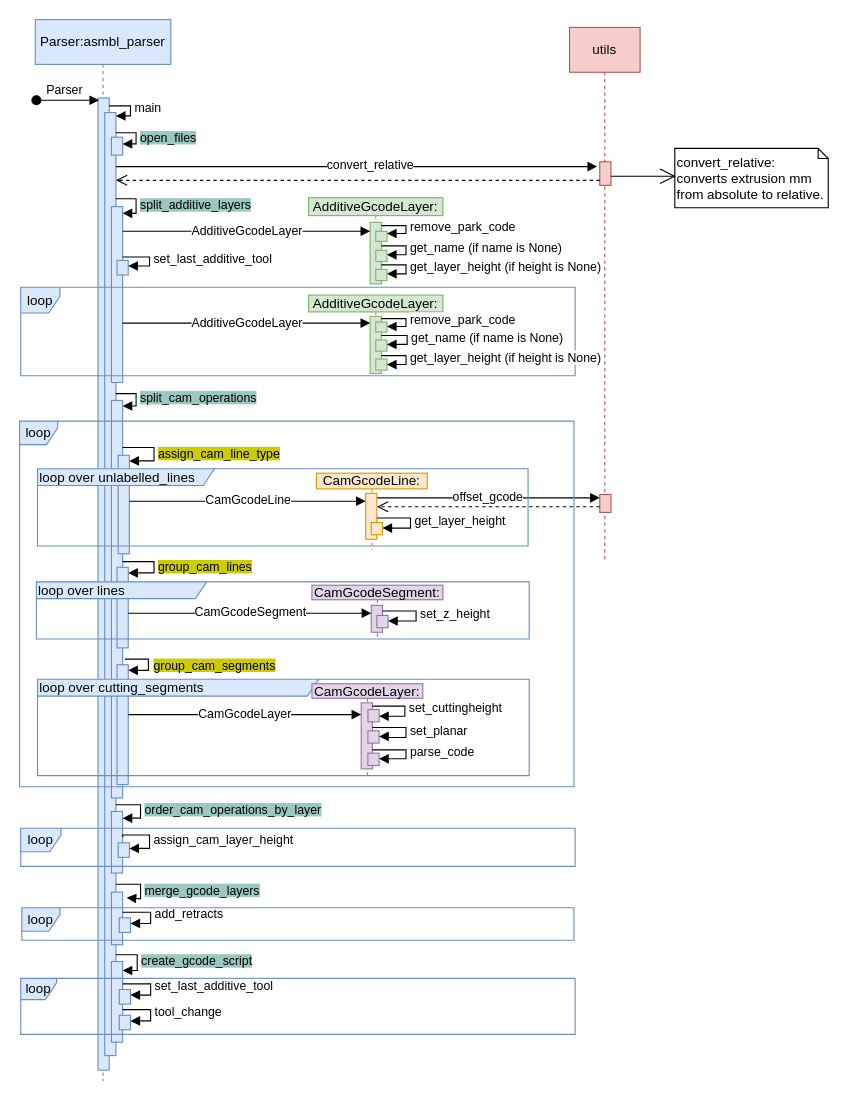
The draw.io diagram docs/UML/SquenceDiagram-1.drawio in cjlux/ASMBL, before the edit. Source tidied: cells renumbered, new cells numbered last; positions are measured from the earlier drawing's top-left corner, leaving out a move shared by most shapes. Both pictures are drawn from the tidied source at 112%, with x=0, y=0 at pixel (19, 19).
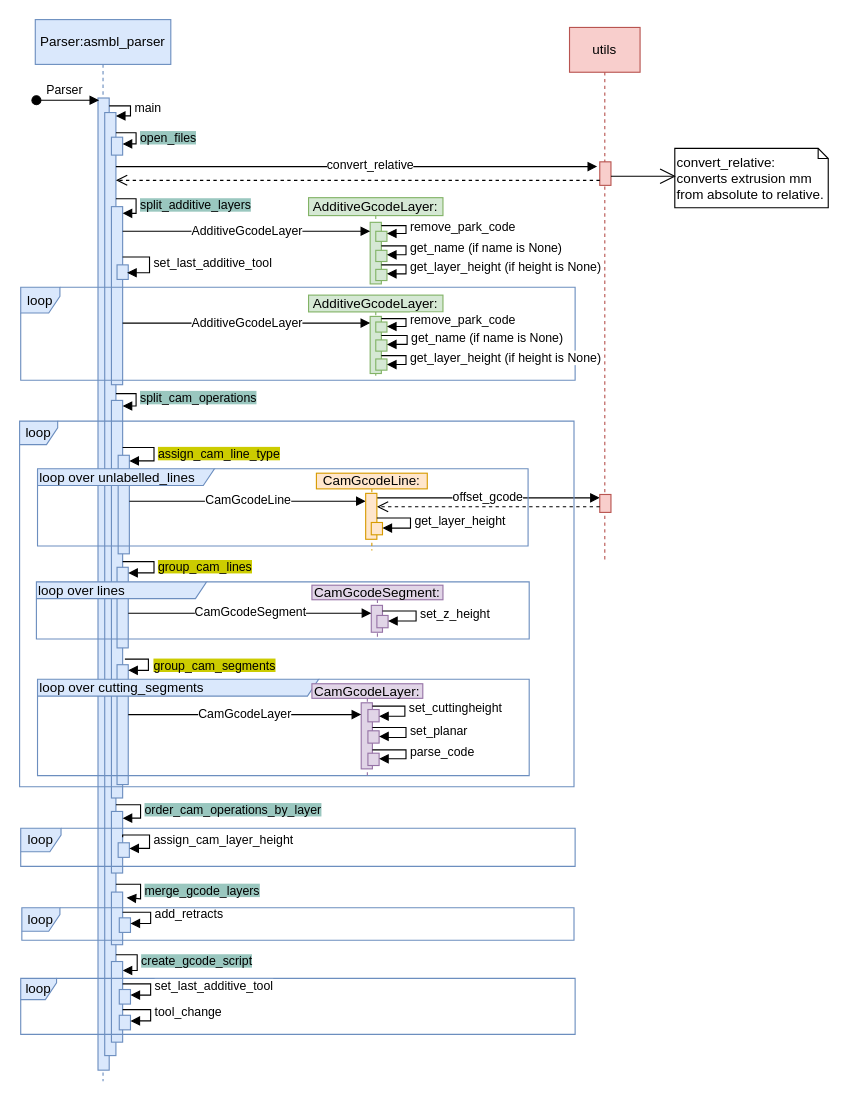
The same page after the edit.

Commit message (it also covers changes not shown here):
Mettre à jour SquenceDiagram-1.drawio

Unchanged cells that the change refers to:
```xml
<mxCell id="2" value="&lt;div&gt;Parser:asmbl_parser&lt;/div&gt;" style="shape=umlLifeline;perimeter=lifelinePerimeter;whiteSpace=wrap;html=1;newEdgeStyle={&quot;edgeStyle&quot;:&quot;elbowEdgeStyle&quot;,&quot;elbow&quot;:&quot;vertical&quot;,&quot;curved&quot;:0,&quot;rounded&quot;:0};fillColor=#dae8fc;strokeColor=#6c8ebf;" parent="1" vertex="1">
  <mxGeometry x="14" width="121" height="948" as="geometry" />
</mxCell>
```

Change to the diagram source:
```diff
@@
     <mxCell id="9" style="html=1;points=[[0,0,0,0,5],[0,1,0,0,-5],[1,0,0,0,5],[1,1,0,0,-5]];perimeter=orthogonalPerimeter;outlineConnect=0;targetShapes=umlLifeline;portConstraint=eastwest;newEdgeStyle={&quot;curved&quot;:0,&quot;rounded&quot;:0};fillColor=#dae8fc;strokeColor=#6c8ebf;" parent="2" vertex="1">
-      <mxGeometry x="68" y="167" width="10" height="157" as="geometry" />
+      <mxGeometry x="68" y="167" width="10" height="159" as="geometry" />
     </mxCell>
@@
     <mxCell id="41" style="html=1;points=[[0,0,0,0,5],[0,1,0,0,-5],[1,0,0,0,5],[1,1,0,0,-5]];perimeter=orthogonalPerimeter;outlineConnect=0;targetShapes=umlLifeline;portConstraint=eastwest;newEdgeStyle={&quot;curved&quot;:0,&quot;rounded&quot;:0};fillColor=#dae8fc;strokeColor=#6c8ebf;" parent="1" vertex="1">
-      <mxGeometry x="87" y="215" width="10" height="13" as="geometry" />
+      <mxGeometry x="87" y="219" width="10" height="13" as="geometry" />
     </mxCell>
-    <mxCell id="42" value="set_last_additive_tool" style="html=1;align=left;spacingLeft=2;endArrow=block;rounded=0;edgeStyle=orthogonalEdgeStyle;curved=0;rounded=0;entryX=1;entryY=0;entryDx=0;entryDy=5;entryPerimeter=0;" parent="1" edge="1" target="41">
+    <mxCell id="42" value="set_last_additive_tool" style="html=1;align=left;spacingLeft=2;endArrow=block;rounded=0;edgeStyle=orthogonalEdgeStyle;curved=0;rounded=0;" parent="1" edge="1">
       <mxGeometry relative="1" as="geometry">
         <mxPoint x="92" y="212" as="sourcePoint" />
+        <mxPoint x="96" y="226" as="targetPoint" />
         <Array as="points">
           <mxPoint x="116" y="212" />
-          <mxPoint x="116" y="220" />
+          <mxPoint x="116" y="226" />
+          <mxPoint x="97" y="226" />
         </Array>
       </mxGeometry>
     </mxCell>
@@
     <mxCell id="52" value="AdditiveGcodeLayer:" style="shape=umlLifeline;perimeter=lifelinePerimeter;whiteSpace=wrap;html=1;newEdgeStyle={&quot;edgeStyle&quot;:&quot;elbowEdgeStyle&quot;,&quot;elbow&quot;:&quot;vertical&quot;,&quot;curved&quot;:0,&quot;rounded&quot;:0};size=15;fillColor=#d5e8d4;strokeColor=#82b366;" parent="1" vertex="1">
-      <mxGeometry x="258" y="246" width="120" height="70" as="geometry" />
+      <mxGeometry x="258" y="246" width="120" height="74" as="geometry" />
     </mxCell>
@@
     <mxCell id="59" value="loop" style="shape=umlFrame;whiteSpace=wrap;html=1;width=35;height=23;fillColor=#dae8fc;strokeColor=#6c8ebf;" parent="1" vertex="1">
-      <mxGeometry x="1" y="239" width="495" height="79" as="geometry" />
+      <mxGeometry x="1" y="239" width="495" height="83" as="geometry" />
     </mxCell>
```
